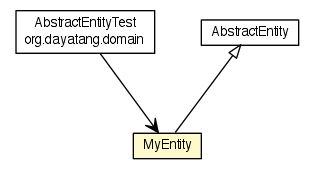
Before: dddlib-domain/testapidocs/org/dayatang/domain/entity/MyEntity.png, a diagram exported from Graphviz (dayatang/dddlib). Its source is kept beside it as dddlib-domain/testapidocs/org/dayatang/domain/entity/MyEntity.dot.
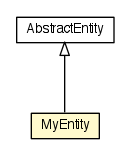
After the change.

Diff of the diagram source:
```diff
@@ -4,20 +4,13 @@
 	node [fontname="Helvetica",fontsize=10,shape=plaintext];
 	nodesep=0.25;
 	ranksep=0.5;
-	c2818 [label=<<table title="org.dayatang.domain.AbstractEntityTest" border="0" cellborder="1" cellspacing="0" cellpadding="2" port="p" href="../AbstractEntityTest.html">
-		<tr><td><table border="0" cellspacing="0" cellpadding="1">
-<tr><td align="center" balign="center"> AbstractEntityTest </td></tr>
-<tr><td align="center" balign="center"> org.dayatang.domain </td></tr>
-		</table></td></tr>
-		</table>>, URL="../AbstractEntityTest.html", fontname="Helvetica", fontcolor="black", fontsize=10.0];
-	c2822 [label=<<table title="org.dayatang.domain.entity.MyEntity" border="0" cellborder="1" cellspacing="0" cellpadding="2" port="p" bgcolor="lemonChiffon" href="./MyEntity.html">
+	c2808 [label=<<table title="org.dayatang.domain.entity.MyEntity" border="0" cellborder="1" cellspacing="0" cellpadding="2" port="p" bgcolor="lemonChiffon" href="./MyEntity.html">
 		<tr><td><table border="0" cellspacing="0" cellpadding="1">
 <tr><td align="center" balign="center"> MyEntity </td></tr>
 		</table></td></tr>
 		</table>>, URL="./MyEntity.html", fontname="Helvetica", fontcolor="black", fontsize=10.0];
-	c2881:p -> c2822:p [dir=back,arrowtail=empty];
-	c2818:p -> c2822:p [taillabel="", label=" "headlabel="", fontname="Helvetica", fontcolor="black", fontsize=10.0, color="black", arrowhead=open];
-	c2881[label=<<table title="AbstractEntity" border="0" cellborder="1" cellspacing="0" cellpadding="2" port="p" href="http://java.sun.com/j2se/1.4.2/docs/api//AbstractEntity.html">
+	c2867:p -> c2808:p [dir=back,arrowtail=empty];
+	c2867[label=<<table title="AbstractEntity" border="0" cellborder="1" cellspacing="0" cellpadding="2" port="p">
 		<tr><td><table border="0" cellspacing="0" cellpadding="1">
 <tr><td align="center" balign="center"> AbstractEntity </td></tr>
 		</table></td></tr>
```
